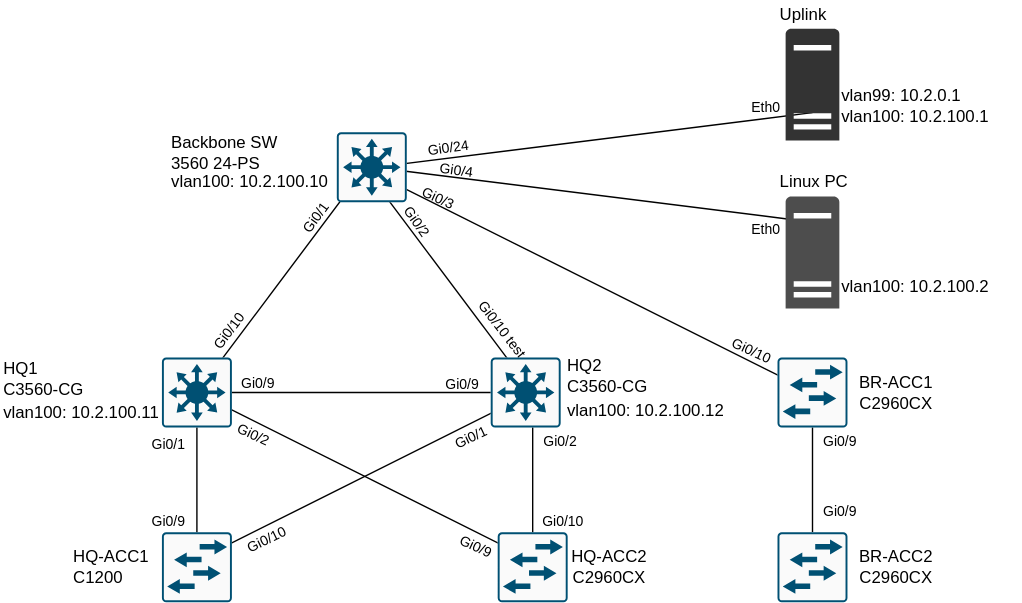
The-Cave-Tech/Network-PnP keeps this draw.io diagram as PhysicalTopography.drawio.svg. Above is the earlier version. Source tidied: cells renumbered, new cells last; positions are measured from the earlier drawing's top-left corner, leaving out a move shared by most shapes.
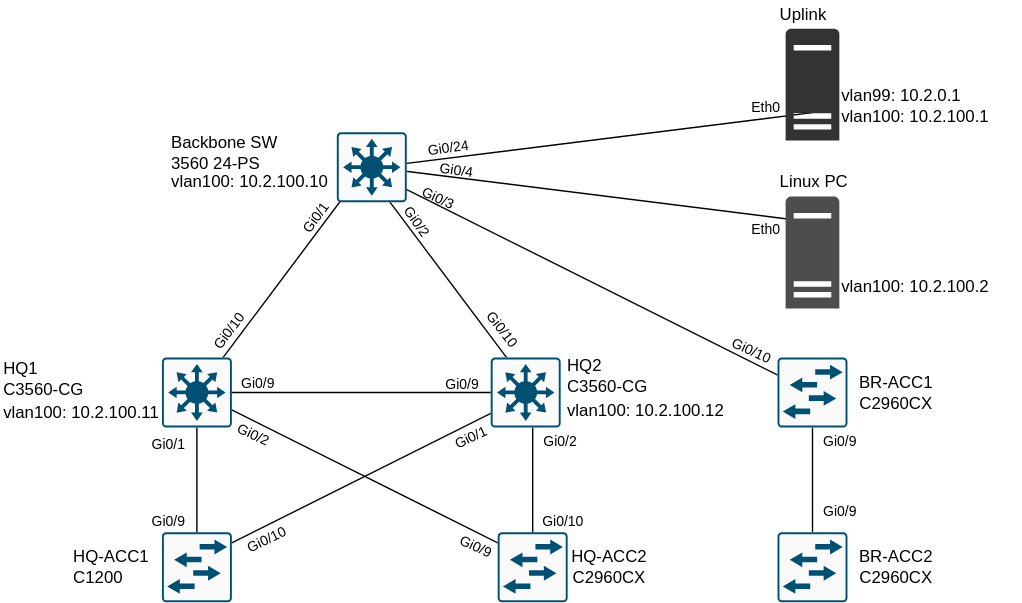
Later version of the same file.

The edit, as a diff of the source:
```diff
@@ -75,7 +75,7 @@
     <mxCell id="17" value="&lt;font style=&quot;font-size: 10px;&quot;&gt;Gi0/10&lt;/font&gt;" style="text;html=1;align=center;verticalAlign=middle;whiteSpace=wrap;rounded=0;rotation=-52.9;" parent="2" vertex="1">
       <mxGeometry x="133" y="221" width="60" height="30" as="geometry" />
     </mxCell>
-    <mxCell id="18" value="&lt;font style=&quot;font-size: 10px;&quot;&gt;Gi0/10 test&lt;/font&gt;" style="text;html=1;align=center;verticalAlign=middle;whiteSpace=wrap;rounded=0;rotation=52.3;" parent="2" vertex="1">
+    <mxCell id="18" value="&lt;font style=&quot;font-size: 10px;&quot;&gt;Gi0/10&lt;/font&gt;" style="text;html=1;align=center;verticalAlign=middle;whiteSpace=wrap;rounded=0;rotation=52.3;" parent="2" vertex="1">
       <mxGeometry x="329" y="220" width="60" height="30" as="geometry" />
     </mxCell>
     <mxCell id="19" value="&lt;font style=&quot;font-size: 10px;&quot;&gt;Gi0/3&lt;/font&gt;" style="text;html=1;align=center;verticalAlign=middle;whiteSpace=wrap;rounded=0;rotation=25;" parent="2" vertex="1">
```
